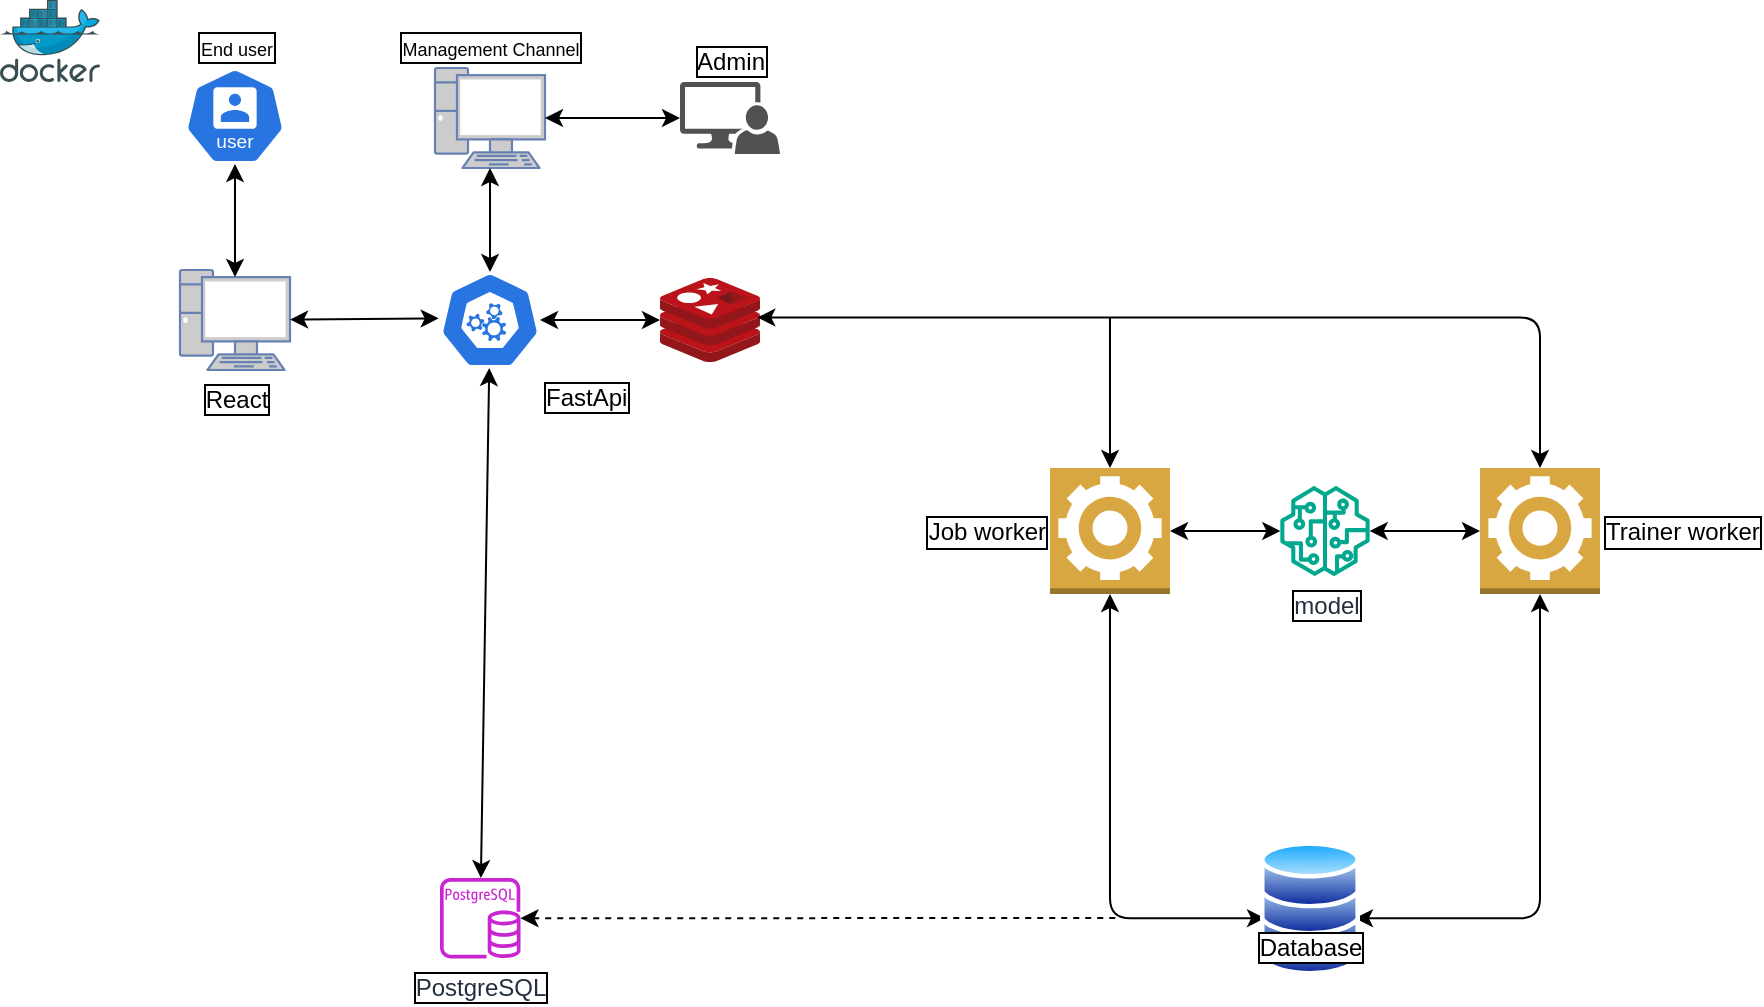
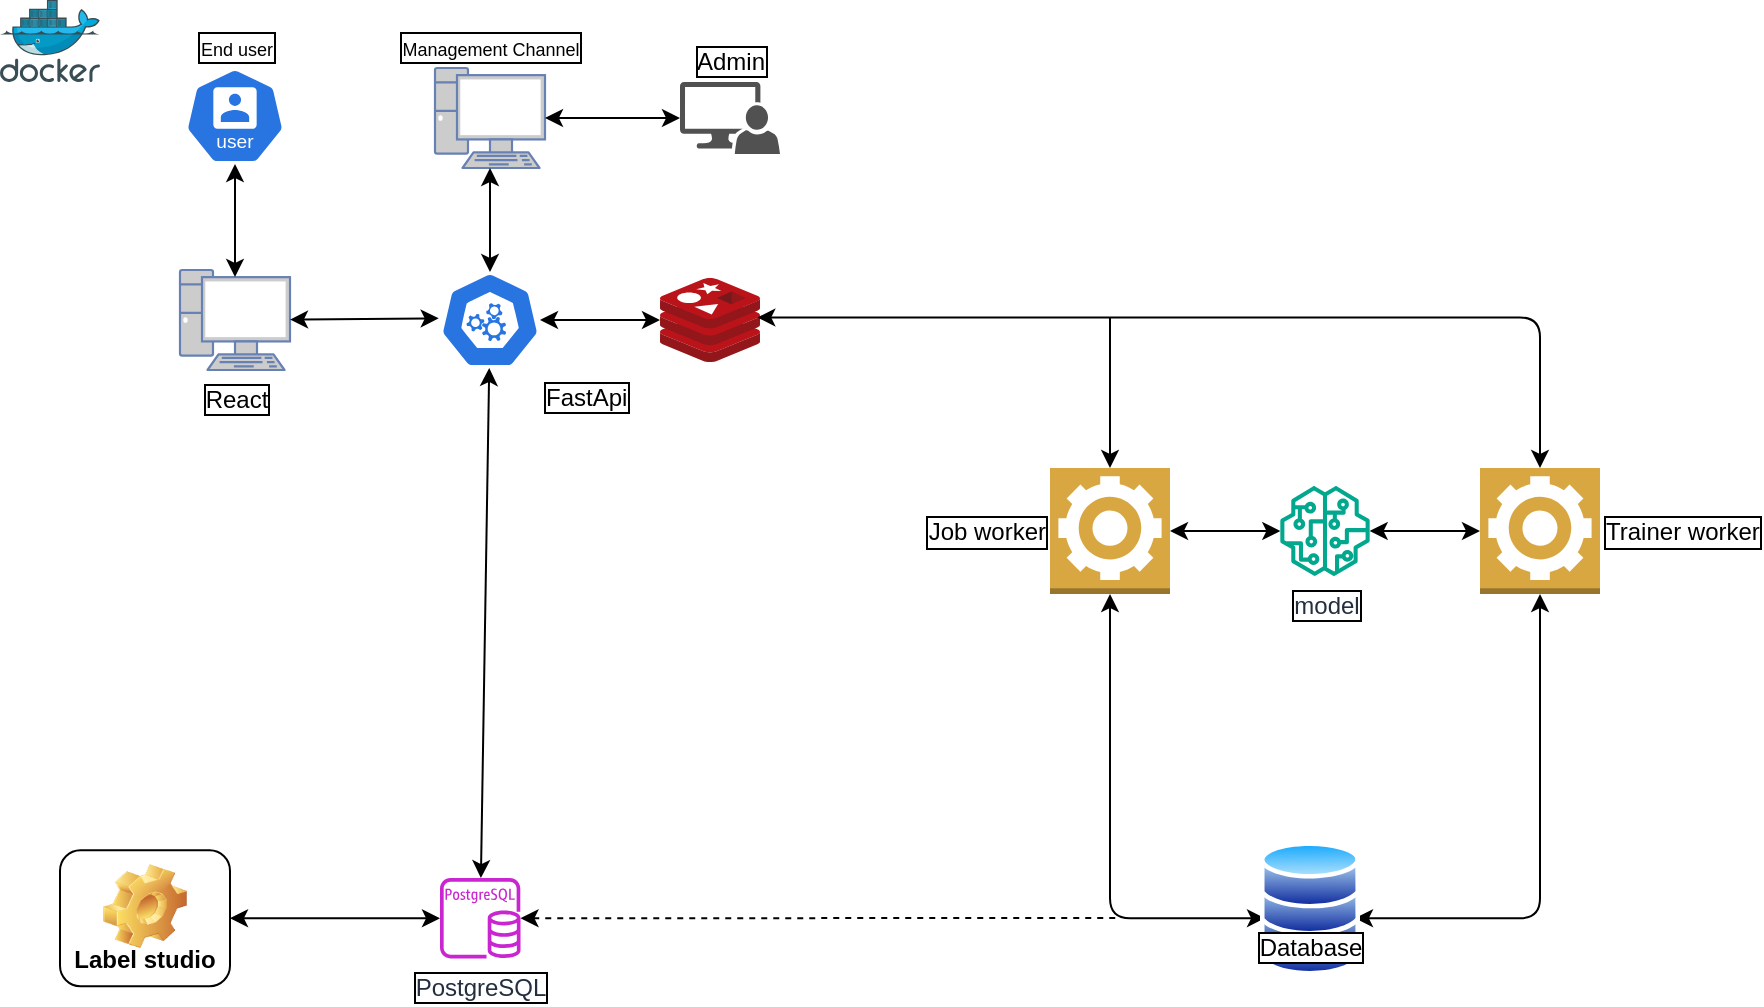
<mxfile host="65bd71144e">
    <diagram id="jbNRmVyoa1DWENLzfEpD" name="Page-1">
-         <mxGraphModel dx="508" dy="490" grid="1" gridSize="10" guides="1" tooltips="1" connect="1" arrows="1" fold="1" page="1" pageScale="1" pageWidth="850" pageHeight="1100" math="0" shadow="0">
+         <mxGraphModel dx="353" dy="287" grid="1" gridSize="10" guides="1" tooltips="1" connect="1" arrows="1" fold="1" page="1" pageScale="1" pageWidth="850" pageHeight="1100" math="0" shadow="0">
            <root>
                <mxCell id="0"/>
                <mxCell id="1" parent="0"/>
                <mxCell id="2" value="" style="image;sketch=0;aspect=fixed;html=1;points=[];align=center;fontSize=12;image=img/lib/mscae/Docker.svg;" parent="1" vertex="1">
                    <mxGeometry y="1" width="50" height="41" as="geometry"/>
                </mxCell>
                <mxCell id="3" value="" style="image;sketch=0;aspect=fixed;html=1;points=[];align=center;fontSize=12;image=img/lib/mscae/Cache_Redis_Product.svg;" parent="1" vertex="1">
                    <mxGeometry x="330" y="140" width="50" height="42" as="geometry"/>
                </mxCell>
-                 <mxCell id="42" style="edgeStyle=entityRelationEdgeStyle;html=1;endArrow=none;endFill=0;startArrow=classic;startFill=1;dashed=1;" edge="1" parent="1" source="5">
+                 <mxCell id="42" style="edgeStyle=entityRelationEdgeStyle;html=1;endArrow=none;endFill=0;startArrow=classic;startFill=1;dashed=1;" parent="1" source="5" edge="1">
                    <mxGeometry relative="1" as="geometry">
                        <mxPoint x="560" y="460" as="targetPoint"/>
                        <mxPoint x="280" y="470" as="sourcePoint"/>
                    </mxGeometry>
                </mxCell>
                <mxCell id="5" value="PostgreSQL" style="sketch=0;outlineConnect=0;fontColor=#232F3E;gradientColor=none;fillColor=#C925D1;strokeColor=none;dashed=0;verticalLabelPosition=bottom;verticalAlign=top;align=center;html=1;fontSize=12;fontStyle=0;aspect=fixed;pointerEvents=1;shape=mxgraph.aws4.rds_postgresql_instance;labelBorderColor=default;" parent="1" vertex="1">
                    <mxGeometry x="220" y="440" width="40.25" height="40.25" as="geometry"/>
                </mxCell>
                <mxCell id="8" style="edgeStyle=none;html=1;startArrow=classic;startFill=1;" parent="1" source="7" target="3" edge="1">
                    <mxGeometry relative="1" as="geometry"/>
                </mxCell>
-                 <mxCell id="40" style="edgeStyle=none;html=1;startArrow=classic;startFill=1;" edge="1" parent="1" source="7" target="5">
+                 <mxCell id="40" style="edgeStyle=none;html=1;startArrow=classic;startFill=1;" parent="1" source="7" target="5" edge="1">
                    <mxGeometry relative="1" as="geometry"/>
                </mxCell>
                <mxCell id="7" value="&lt;span style=&quot;color: rgb(0, 0, 0);&quot;&gt;FastApi&lt;/span&gt;" style="aspect=fixed;sketch=0;html=1;dashed=0;whitespace=wrap;verticalLabelPosition=bottom;verticalAlign=top;fillColor=#2875E2;strokeColor=#ffffff;points=[[0.005,0.63,0],[0.1,0.2,0],[0.9,0.2,0],[0.5,0,0],[0.995,0.63,0],[0.72,0.99,0],[0.5,1,0],[0.28,0.99,0]];shape=mxgraph.kubernetes.icon2;prIcon=api;labelPosition=right;align=left;labelBorderColor=default;" parent="1" vertex="1">
                    <mxGeometry x="220" y="137" width="50" height="48" as="geometry"/>
                </mxCell>
-                 <mxCell id="25" style="edgeStyle=none;html=1;startArrow=classic;startFill=1;rounded=1;curved=0;endArrow=none;endFill=0;jumpStyle=line;" edge="1" parent="1" source="9">
+                 <mxCell id="25" style="edgeStyle=none;html=1;startArrow=classic;startFill=1;rounded=1;curved=0;endArrow=none;endFill=0;jumpStyle=line;" parent="1" source="9" edge="1">
                    <mxGeometry relative="1" as="geometry">
                        <mxPoint x="555" y="160" as="targetPoint"/>
                    </mxGeometry>
                </mxCell>
-                 <mxCell id="39" style="edgeStyle=orthogonalEdgeStyle;html=1;startArrow=classic;startFill=1;entryX=0;entryY=0.75;entryDx=0;entryDy=0;exitX=0.5;exitY=1;exitDx=0;exitDy=0;exitPerimeter=0;" edge="1" parent="1" source="9" target="21">
+                 <mxCell id="39" style="edgeStyle=orthogonalEdgeStyle;html=1;startArrow=classic;startFill=1;entryX=0;entryY=0.75;entryDx=0;entryDy=0;exitX=0.5;exitY=1;exitDx=0;exitDy=0;exitPerimeter=0;" parent="1" source="9" target="21" edge="1">
                    <mxGeometry relative="1" as="geometry">
                        <mxPoint x="555" y="460" as="targetPoint"/>
                        <Array as="points">
                            <mxPoint x="555" y="460"/>
                        </Array>
                    </mxGeometry>
                </mxCell>
                <mxCell id="9" value="Job worker" style="outlineConnect=0;dashed=0;verticalLabelPosition=middle;verticalAlign=middle;align=right;html=1;shape=mxgraph.aws3.worker;fillColor=#D9A741;gradientColor=none;labelPosition=left;labelBorderColor=default;" parent="1" vertex="1">
                    <mxGeometry x="525" y="235" width="60" height="63" as="geometry"/>
                </mxCell>
                <mxCell id="10" style="edgeStyle=orthogonalEdgeStyle;html=1;startArrow=classic;startFill=1;entryX=0.5;entryY=0;entryDx=0;entryDy=0;entryPerimeter=0;endArrow=classic;endFill=1;flowAnimation=0;elbow=vertical;jumpStyle=none;exitX=0.973;exitY=0.47;exitDx=0;exitDy=0;exitPerimeter=0;" parent="1" source="3" target="13" edge="1">
                    <mxGeometry relative="1" as="geometry">
                        <mxPoint x="383" y="161" as="sourcePoint"/>
                        <mxPoint x="770" y="160" as="targetPoint"/>
                    </mxGeometry>
                </mxCell>
-                 <mxCell id="16" style="edgeStyle=none;html=1;startArrow=classic;startFill=1;" edge="1" parent="1" source="13" target="15">
+                 <mxCell id="16" style="edgeStyle=none;html=1;startArrow=classic;startFill=1;" parent="1" source="13" target="15" edge="1">
                    <mxGeometry relative="1" as="geometry"/>
                </mxCell>
-                 <mxCell id="36" style="edgeStyle=orthogonalEdgeStyle;html=1;entryX=1;entryY=0.75;entryDx=0;entryDy=0;startArrow=classic;startFill=1;" edge="1" parent="1" source="13" target="21">
+                 <mxCell id="36" style="edgeStyle=orthogonalEdgeStyle;html=1;entryX=1;entryY=0.75;entryDx=0;entryDy=0;startArrow=classic;startFill=1;" parent="1" source="13" target="21" edge="1">
                    <mxGeometry relative="1" as="geometry">
                        <Array as="points">
                            <mxPoint x="770" y="460"/>
                        </Array>
                    </mxGeometry>
                </mxCell>
-                 <mxCell id="13" value="Trainer worker" style="outlineConnect=0;dashed=0;verticalLabelPosition=middle;verticalAlign=middle;align=left;html=1;shape=mxgraph.aws3.worker;fillColor=#D9A741;gradientColor=none;labelBorderColor=default;labelPosition=right;" vertex="1" parent="1">
+                 <mxCell id="13" value="Trainer worker" style="outlineConnect=0;dashed=0;verticalLabelPosition=middle;verticalAlign=middle;align=left;html=1;shape=mxgraph.aws3.worker;fillColor=#D9A741;gradientColor=none;labelBorderColor=default;labelPosition=right;" parent="1" vertex="1">
                    <mxGeometry x="740" y="235" width="60" height="63" as="geometry"/>
                </mxCell>
-                 <mxCell id="15" value="model" style="sketch=0;outlineConnect=0;fontColor=#232F3E;gradientColor=none;fillColor=#01A88D;strokeColor=none;dashed=0;verticalLabelPosition=bottom;verticalAlign=top;align=center;html=1;fontSize=12;fontStyle=0;aspect=fixed;pointerEvents=1;shape=mxgraph.aws4.sagemaker_model;labelBorderColor=default;" vertex="1" parent="1">
+                 <mxCell id="15" value="model" style="sketch=0;outlineConnect=0;fontColor=#232F3E;gradientColor=none;fillColor=#01A88D;strokeColor=none;dashed=0;verticalLabelPosition=bottom;verticalAlign=top;align=center;html=1;fontSize=12;fontStyle=0;aspect=fixed;pointerEvents=1;shape=mxgraph.aws4.sagemaker_model;labelBorderColor=default;" parent="1" vertex="1">
                    <mxGeometry x="640" y="244" width="45" height="45" as="geometry"/>
                </mxCell>
-                 <mxCell id="17" style="edgeStyle=none;html=1;entryX=1;entryY=0.5;entryDx=0;entryDy=0;entryPerimeter=0;startArrow=classic;startFill=1;" edge="1" parent="1" source="15" target="9">
+                 <mxCell id="17" style="edgeStyle=none;html=1;entryX=1;entryY=0.5;entryDx=0;entryDy=0;entryPerimeter=0;startArrow=classic;startFill=1;" parent="1" source="15" target="9" edge="1">
                    <mxGeometry relative="1" as="geometry"/>
                </mxCell>
-                 <mxCell id="23" value="" style="group" vertex="1" connectable="0" parent="1">
+                 <mxCell id="23" value="" style="group" parent="1" vertex="1" connectable="0">
                    <mxGeometry x="630" y="420" width="50" height="70.5" as="geometry"/>
                </mxCell>
-                 <mxCell id="19" value="" style="image;aspect=fixed;perimeter=ellipsePerimeter;html=1;align=center;shadow=0;dashed=0;spacingTop=3;image=img/lib/active_directory/database.svg;" vertex="1" parent="23">
+                 <mxCell id="19" value="" style="image;aspect=fixed;perimeter=ellipsePerimeter;html=1;align=center;shadow=0;dashed=0;spacingTop=3;image=img/lib/active_directory/database.svg;" parent="23" vertex="1">
                    <mxGeometry y="33.5" width="50" height="37" as="geometry"/>
                </mxCell>
-                 <mxCell id="20" value="" style="image;aspect=fixed;perimeter=ellipsePerimeter;html=1;align=center;shadow=0;dashed=0;spacingTop=3;image=img/lib/active_directory/database.svg;" vertex="1" parent="23">
+                 <mxCell id="20" value="" style="image;aspect=fixed;perimeter=ellipsePerimeter;html=1;align=center;shadow=0;dashed=0;spacingTop=3;image=img/lib/active_directory/database.svg;" parent="23" vertex="1">
                    <mxGeometry y="23.5" width="50" height="37" as="geometry"/>
                </mxCell>
-                 <mxCell id="21" value="" style="image;aspect=fixed;perimeter=ellipsePerimeter;html=1;align=center;shadow=0;dashed=0;spacingTop=3;image=img/lib/active_directory/database.svg;" vertex="1" parent="23">
+                 <mxCell id="21" value="" style="image;aspect=fixed;perimeter=ellipsePerimeter;html=1;align=center;shadow=0;dashed=0;spacingTop=3;image=img/lib/active_directory/database.svg;" parent="23" vertex="1">
                    <mxGeometry y="13.5" width="50" height="37" as="geometry"/>
                </mxCell>
-                 <mxCell id="22" value="Database" style="image;aspect=fixed;perimeter=ellipsePerimeter;html=1;align=center;shadow=0;dashed=0;spacingTop=3;image=img/lib/active_directory/database.svg;labelBorderColor=default;" vertex="1" parent="23">
+                 <mxCell id="22" value="Database" style="image;aspect=fixed;perimeter=ellipsePerimeter;html=1;align=center;shadow=0;dashed=0;spacingTop=3;image=img/lib/active_directory/database.svg;labelBorderColor=default;" parent="23" vertex="1">
                    <mxGeometry width="50" height="37" as="geometry"/>
                </mxCell>
-                 <mxCell id="26" value="&lt;span style=&quot;color: rgb(0, 0, 0); font-size: 9px;&quot;&gt;End user&lt;/span&gt;" style="aspect=fixed;sketch=0;html=1;dashed=0;whitespace=wrap;verticalLabelPosition=top;verticalAlign=bottom;fillColor=#2875E2;strokeColor=#ffffff;points=[[0.005,0.63,0],[0.1,0.2,0],[0.9,0.2,0],[0.5,0,0],[0.995,0.63,0],[0.72,0.99,0],[0.5,1,0],[0.28,0.99,0]];shape=mxgraph.kubernetes.icon2;kubernetesLabel=1;prIcon=user;labelPosition=center;align=center;labelBorderColor=default;" vertex="1" parent="1">
+                 <mxCell id="26" value="&lt;span style=&quot;color: rgb(0, 0, 0); font-size: 9px;&quot;&gt;End user&lt;/span&gt;" style="aspect=fixed;sketch=0;html=1;dashed=0;whitespace=wrap;verticalLabelPosition=top;verticalAlign=bottom;fillColor=#2875E2;strokeColor=#ffffff;points=[[0.005,0.63,0],[0.1,0.2,0],[0.9,0.2,0],[0.5,0,0],[0.995,0.63,0],[0.72,0.99,0],[0.5,1,0],[0.28,0.99,0]];shape=mxgraph.kubernetes.icon2;kubernetesLabel=1;prIcon=user;labelPosition=center;align=center;labelBorderColor=default;" parent="1" vertex="1">
                    <mxGeometry x="92.5" y="35" width="50" height="48" as="geometry"/>
                </mxCell>
-                 <mxCell id="27" value="React" style="fontColor=light-dark(#000000, #56aeff);verticalAlign=top;verticalLabelPosition=bottom;labelPosition=center;align=center;html=1;outlineConnect=0;fillColor=#CCCCCC;strokeColor=#6881B3;gradientColor=none;gradientDirection=north;strokeWidth=2;shape=mxgraph.networks.pc;labelBorderColor=default;" vertex="1" parent="1">
+                 <mxCell id="27" value="React" style="fontColor=light-dark(#000000, #56aeff);verticalAlign=top;verticalLabelPosition=bottom;labelPosition=center;align=center;html=1;outlineConnect=0;fillColor=#CCCCCC;strokeColor=#6881B3;gradientColor=none;gradientDirection=north;strokeWidth=2;shape=mxgraph.networks.pc;labelBorderColor=default;" parent="1" vertex="1">
                    <mxGeometry x="90" y="136" width="55" height="50" as="geometry"/>
                </mxCell>
-                 <mxCell id="29" style="edgeStyle=none;html=1;entryX=0.5;entryY=0.07;entryDx=0;entryDy=0;entryPerimeter=0;startArrow=classic;startFill=1;strokeColor=default;" edge="1" parent="1" source="26" target="27">
+                 <mxCell id="29" style="edgeStyle=none;html=1;entryX=0.5;entryY=0.07;entryDx=0;entryDy=0;entryPerimeter=0;startArrow=classic;startFill=1;strokeColor=default;" parent="1" source="26" target="27" edge="1">
                    <mxGeometry relative="1" as="geometry"/>
                </mxCell>
-                 <mxCell id="30" style="edgeStyle=none;html=1;entryX=-0.013;entryY=0.483;entryDx=0;entryDy=0;entryPerimeter=0;startArrow=classic;startFill=1;" edge="1" parent="1" source="27" target="7">
+                 <mxCell id="30" style="edgeStyle=none;html=1;entryX=-0.013;entryY=0.483;entryDx=0;entryDy=0;entryPerimeter=0;startArrow=classic;startFill=1;" parent="1" source="27" target="7" edge="1">
                    <mxGeometry relative="1" as="geometry"/>
                </mxCell>
-                 <mxCell id="33" value="&lt;span style=&quot;color: rgb(0, 0, 0); font-size: 9px;&quot;&gt;Management Channel&lt;/span&gt;" style="fontColor=#0066CC;verticalAlign=bottom;verticalLabelPosition=top;labelPosition=center;align=center;html=1;outlineConnect=0;fillColor=#CCCCCC;strokeColor=#6881B3;gradientColor=none;gradientDirection=north;strokeWidth=2;shape=mxgraph.networks.pc;labelBorderColor=default;" vertex="1" parent="1">
+                 <mxCell id="33" value="&lt;span style=&quot;color: rgb(0, 0, 0); font-size: 9px;&quot;&gt;Management Channel&lt;/span&gt;" style="fontColor=#0066CC;verticalAlign=bottom;verticalLabelPosition=top;labelPosition=center;align=center;html=1;outlineConnect=0;fillColor=#CCCCCC;strokeColor=#6881B3;gradientColor=none;gradientDirection=north;strokeWidth=2;shape=mxgraph.networks.pc;labelBorderColor=default;" parent="1" vertex="1">
                    <mxGeometry x="217.5" y="35" width="55" height="50" as="geometry"/>
                </mxCell>
-                 <mxCell id="34" value="Admin" style="sketch=0;pointerEvents=1;shadow=0;dashed=0;html=1;strokeColor=none;labelPosition=center;verticalLabelPosition=top;verticalAlign=bottom;align=center;fillColor=#515151;shape=mxgraph.mscae.system_center.admin_console;labelBorderColor=default;" vertex="1" parent="1">
+                 <mxCell id="34" value="Admin" style="sketch=0;pointerEvents=1;shadow=0;dashed=0;html=1;strokeColor=none;labelPosition=center;verticalLabelPosition=top;verticalAlign=bottom;align=center;fillColor=#515151;shape=mxgraph.mscae.system_center.admin_console;labelBorderColor=default;" parent="1" vertex="1">
                    <mxGeometry x="340" y="42" width="50" height="36" as="geometry"/>
                </mxCell>
-                 <mxCell id="35" style="edgeStyle=none;html=1;entryX=1;entryY=0.5;entryDx=0;entryDy=0;entryPerimeter=0;startArrow=classic;startFill=1;" edge="1" parent="1" source="34" target="33">
+                 <mxCell id="35" style="edgeStyle=none;html=1;entryX=1;entryY=0.5;entryDx=0;entryDy=0;entryPerimeter=0;startArrow=classic;startFill=1;" parent="1" source="34" target="33" edge="1">
                    <mxGeometry relative="1" as="geometry"/>
                </mxCell>
-                 <mxCell id="44" style="edgeStyle=none;html=1;entryX=0.5;entryY=0;entryDx=0;entryDy=0;entryPerimeter=0;startArrow=classic;startFill=1;" edge="1" parent="1" source="33" target="7">
+                 <mxCell id="44" style="edgeStyle=none;html=1;entryX=0.5;entryY=0;entryDx=0;entryDy=0;entryPerimeter=0;startArrow=classic;startFill=1;" parent="1" source="33" target="7" edge="1">
                    <mxGeometry relative="1" as="geometry"/>
+                 </mxCell>
+                 <mxCell id="46" style="edgeStyle=none;html=1;startArrow=classic;startFill=1;" edge="1" parent="1" source="45" target="5">
+                     <mxGeometry relative="1" as="geometry"/>
+                 </mxCell>
+                 <mxCell id="45" value="Label studio" style="label;whiteSpace=wrap;html=1;align=center;verticalAlign=bottom;spacingLeft=0;spacingBottom=4;imageAlign=center;imageVerticalAlign=top;image=img/clipart/Gear_128x128.png" vertex="1" parent="1">
+                     <mxGeometry x="30" y="426.13" width="85" height="68" as="geometry"/>
                </mxCell>
            </root>
        </mxGraphModel>
    </diagram>
</mxfile>